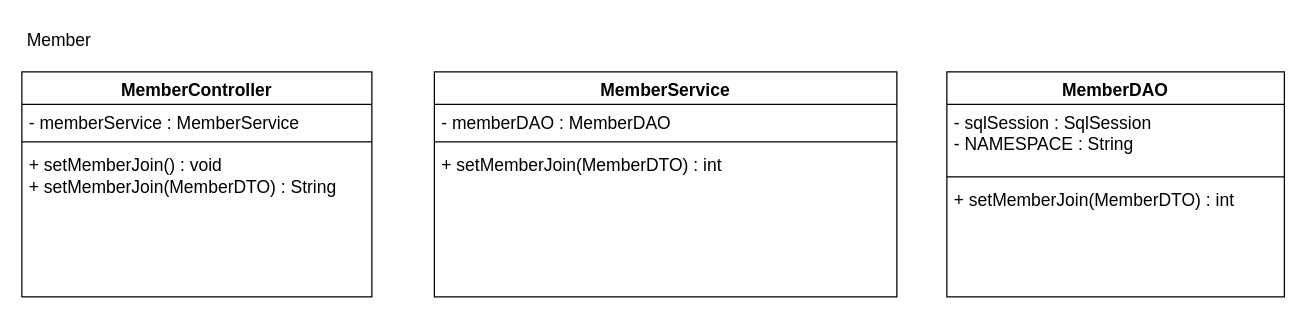
Above: page "페이지-3" (3 of 4) of 제목 없는 다이어그램.drawio in qwdfd1/GDJ60_Spring (draw.io), before the change. Source tidied: cells renumbered, new cells numbered last; positions are measured from the earlier drawing's top-left corner, leaving out a move shared by most shapes. Both pictures are drawn from the tidied source at 125%, with x=0, y=0 at pixel (21, 21).
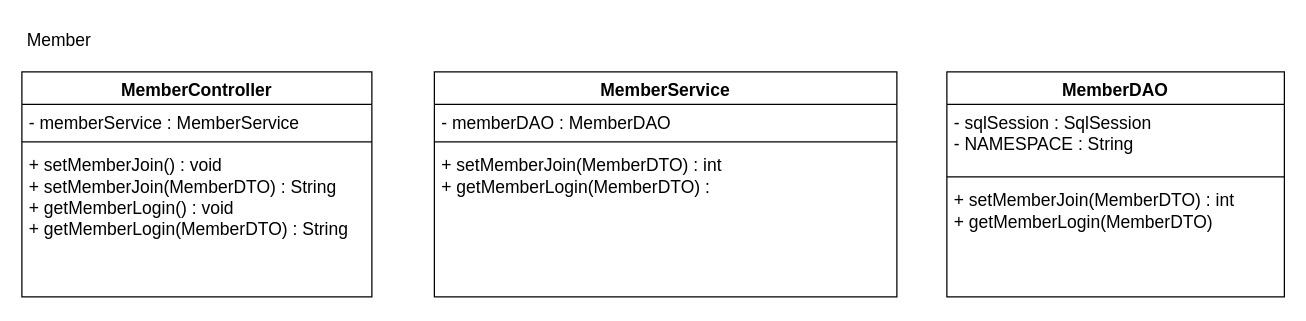
The same page after the edit.

Change to the diagram source:
```diff
@@
 <mxGraphModel>
   <root>
     <mxCell id="0" />
     <mxCell id="1" parent="0" />
     <mxCell id="2" value="Member" style="text;html=1;strokeColor=none;fillColor=none;align=center;verticalAlign=middle;whiteSpace=wrap;rounded=0;fontSize=14;" parent="1" vertex="1">
       <mxGeometry width="60" height="30" as="geometry" />
     </mxCell>
     <mxCell id="3" value="MemberDAO" style="swimlane;fontStyle=1;align=center;verticalAlign=top;horizontal=1;startSize=26;fontSize=14;" parent="1" vertex="1">
       <mxGeometry x="740" y="40" width="270" height="180" as="geometry" />
     </mxCell>
     <mxCell id="4" value="- sqlSession : SqlSession&#10;- NAMESPACE : String" style="text;strokeColor=none;fillColor=none;align=left;verticalAlign=top;spacingLeft=4;spacingRight=4;overflow=hidden;fontSize=14;" parent="3" vertex="1">
       <mxGeometry y="26" width="270" height="54" as="geometry" />
     </mxCell>
     <mxCell id="5" style="line;strokeWidth=1;fillColor=none;align=left;verticalAlign=middle;spacingTop=-1;spacingLeft=3;spacingRight=3;labelPosition=right;strokeColor=inherit;fontSize=14;" parent="3" vertex="1">
       <mxGeometry y="80" width="270" height="8" as="geometry" />
     </mxCell>
-    <mxCell id="6" value="+ setMemberJoin(MemberDTO) : int " style="text;strokeColor=none;fillColor=none;align=left;verticalAlign=top;spacingLeft=4;spacingRight=4;overflow=hidden;fontSize=14;" parent="3" vertex="1">
+    <mxCell id="6" value="+ setMemberJoin(MemberDTO) : int &#10;+ getMemberLogin(MemberDTO) " style="text;strokeColor=none;fillColor=none;align=left;verticalAlign=top;spacingLeft=4;spacingRight=4;overflow=hidden;fontSize=14;" parent="3" vertex="1">
       <mxGeometry y="88" width="270" height="92" as="geometry" />
     </mxCell>
     <mxCell id="7" value="MemberService" style="swimlane;fontStyle=1;align=center;verticalAlign=top;horizontal=1;startSize=26;fontSize=14;" parent="1" vertex="1">
       <mxGeometry x="330" y="40" width="370" height="180" as="geometry" />
     </mxCell>
     <mxCell id="8" value="- memberDAO : MemberDAO" style="text;strokeColor=none;fillColor=none;align=left;verticalAlign=top;spacingLeft=4;spacingRight=4;overflow=hidden;fontSize=14;" parent="7" vertex="1">
       <mxGeometry y="26" width="370" height="26" as="geometry" />
     </mxCell>
     <mxCell id="9" style="line;strokeWidth=1;fillColor=none;align=left;verticalAlign=middle;spacingTop=-1;spacingLeft=3;spacingRight=3;labelPosition=right;strokeColor=inherit;fontSize=14;" parent="7" vertex="1">
       <mxGeometry y="52" width="370" height="8" as="geometry" />
     </mxCell>
-    <mxCell id="10" value="+ setMemberJoin(MemberDTO) : int" style="text;strokeColor=none;fillColor=none;align=left;verticalAlign=top;spacingLeft=4;spacingRight=4;overflow=hidden;fontSize=14;" parent="7" vertex="1">
+    <mxCell id="10" value="+ setMemberJoin(MemberDTO) : int&#10;+ getMemberLogin(MemberDTO) : " style="text;strokeColor=none;fillColor=none;align=left;verticalAlign=top;spacingLeft=4;spacingRight=4;overflow=hidden;fontSize=14;" parent="7" vertex="1">
       <mxGeometry y="60" width="370" height="120" as="geometry" />
     </mxCell>
     <mxCell id="11" value="MemberController&#10;" style="swimlane;fontStyle=1;align=center;verticalAlign=top;horizontal=1;startSize=26;fontSize=14;" parent="1" vertex="1">
       <mxGeometry y="40" width="280" height="180" as="geometry" />
     </mxCell>
     <mxCell id="12" value="- memberService : MemberService" style="text;strokeColor=none;fillColor=none;align=left;verticalAlign=top;spacingLeft=4;spacingRight=4;overflow=hidden;fontSize=14;" parent="11" vertex="1">
       <mxGeometry y="26" width="280" height="26" as="geometry" />
     </mxCell>
     <mxCell id="13" style="line;strokeWidth=1;fillColor=none;align=left;verticalAlign=middle;spacingTop=-1;spacingLeft=3;spacingRight=3;labelPosition=right;strokeColor=inherit;fontSize=14;" parent="11" vertex="1">
       <mxGeometry y="52" width="280" height="8" as="geometry" />
     </mxCell>
-    <mxCell id="14" value="+ setMemberJoin() : void&#10;+ setMemberJoin(MemberDTO) : String" style="text;strokeColor=none;fillColor=none;align=left;verticalAlign=top;spacingLeft=4;spacingRight=4;overflow=hidden;fontSize=14;" parent="11" vertex="1">
+    <mxCell id="14" value="+ setMemberJoin() : void&#10;+ setMemberJoin(MemberDTO) : String&#10;+ getMemberLogin() : void&#10;+ getMemberLogin(MemberDTO) : String" style="text;strokeColor=none;fillColor=none;align=left;verticalAlign=top;spacingLeft=4;spacingRight=4;overflow=hidden;fontSize=14;" parent="11" vertex="1">
       <mxGeometry y="60" width="280" height="120" as="geometry" />
     </mxCell>
   </root>
 </mxGraphModel>
```
